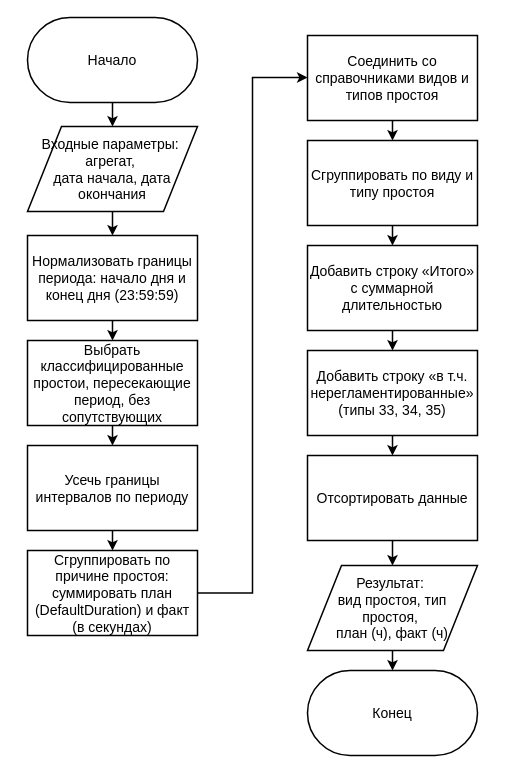
KhasanovAMdev/MyDiagrams keeps this draw.io diagram as page "Page-15" (15 of 21) of diagrams/Untitled Diagram.drawio. Above is the earlier version. Source tidied: cells renumbered, new cells numbered last; positions are measured from the earlier drawing's top-left corner, leaving out a move shared by most shapes. Both pictures are drawn from the tidied source at 100%, with x=0, y=0 at pixel (27, 17).
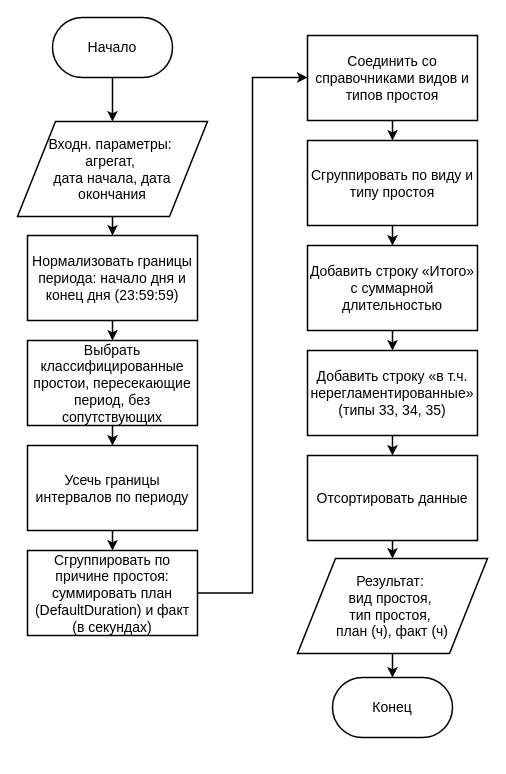
The same page after the edit.

Change to the diagram source:
```diff
@@
     <mxCell id="2" value="Начало" style="rounded=1;whiteSpace=wrap;html=1;arcSize=50;fillColor=#ffffff;strokeColor=#000000;strokeWidth=1.5;fontSize=14;" parent="1" vertex="1">
-      <mxGeometry width="170" height="85" as="geometry" />
+      <mxGeometry x="25" width="120" height="60" as="geometry" />
     </mxCell>
-    <mxCell id="3" value="Входные параметры:&amp;nbsp;&lt;div&gt;агрегат,&amp;nbsp;&lt;/div&gt;&lt;div&gt;дата начала, дата окончания&lt;/div&gt;" style="shape=parallelogram;perimeter=parallelogramPerimeter;whiteSpace=wrap;html=1;fillColor=#ffffff;strokeColor=#000000;strokeWidth=1.5;fontSize=14;" parent="1" vertex="1">
-      <mxGeometry y="109" width="170" height="85" as="geometry" />
+    <mxCell id="3" value="Входн. параметры:&amp;nbsp;&lt;div&gt;агрегат,&amp;nbsp;&lt;/div&gt;&lt;div&gt;дата начала, дата окончания&lt;/div&gt;" style="shape=parallelogram;perimeter=parallelogramPerimeter;whiteSpace=wrap;html=1;fillColor=#ffffff;strokeColor=#000000;strokeWidth=1.5;fontSize=14;" parent="1" vertex="1">
+      <mxGeometry x="-10" y="104" width="190" height="95" as="geometry" />
     </mxCell>
@@
-    <mxCell id="13" value="Результат:&amp;nbsp;&lt;div&gt;вид простоя, тип простоя,&amp;nbsp;&lt;/div&gt;&lt;div&gt;план (ч), факт (ч)&lt;/div&gt;" style="shape=parallelogram;perimeter=parallelogramPerimeter;whiteSpace=wrap;html=1;fillColor=#ffffff;strokeColor=#000000;strokeWidth=1.5;fontSize=14;" parent="1" vertex="1">
-      <mxGeometry x="280" y="548" width="170" height="85" as="geometry" />
+    <mxCell id="13" value="Результат:&amp;nbsp;&lt;div&gt;вид простоя,&amp;nbsp;&lt;/div&gt;&lt;div&gt;тип простоя,&amp;nbsp;&lt;/div&gt;&lt;div&gt;план (ч), факт (ч)&lt;/div&gt;" style="shape=parallelogram;perimeter=parallelogramPerimeter;whiteSpace=wrap;html=1;fillColor=#ffffff;strokeColor=#000000;strokeWidth=1.5;fontSize=14;" parent="1" vertex="1">
+      <mxGeometry x="270" y="541" width="190" height="95" as="geometry" />
     </mxCell>
     <mxCell id="14" value="Конец" style="rounded=1;whiteSpace=wrap;html=1;arcSize=50;fillColor=#ffffff;strokeColor=#000000;strokeWidth=1.5;fontSize=14;" parent="1" vertex="1">
-      <mxGeometry x="280" y="653" width="170" height="85" as="geometry" />
+      <mxGeometry x="305" y="660" width="120" height="60" as="geometry" />
     </mxCell>
```
